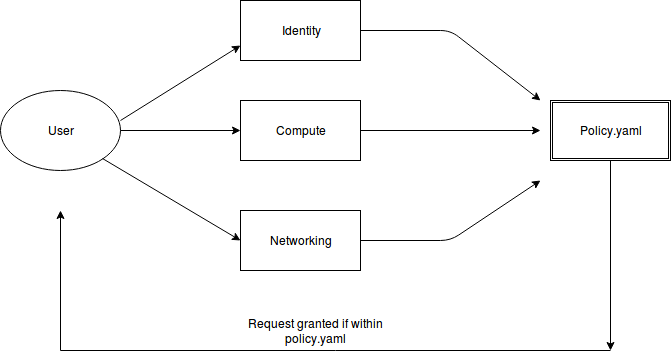
Above: oslo_policy_diagram.png in cbest47/Oslo.policy (draw.io), before the change. Source tidied: cells renumbered, new cells last; positions are measured from the earlier drawing's top-left corner, leaving out a move shared by most shapes. Its diagram source:
```xml
<mxGraphModel background="#ffffff">
  <root>
    <mxCell id="0" />
    <mxCell id="1" parent="0" />
    <mxCell id="2" value="Compute " style="rounded=0;whiteSpace=wrap;html=1;" parent="1" vertex="1">
      <mxGeometry x="240" y="100" width="120" height="60" as="geometry" />
    </mxCell>
    <mxCell id="3" value="Identity " style="rounded=0;whiteSpace=wrap;html=1;" parent="1" vertex="1">
      <mxGeometry x="240" width="120" height="60" as="geometry" />
    </mxCell>
    <mxCell id="4" value="Networking " style="rounded=0;whiteSpace=wrap;html=1;" parent="1" vertex="1">
      <mxGeometry x="240" y="210" width="120" height="60" as="geometry" />
    </mxCell>
    <mxCell id="5" value="User " style="ellipse;whiteSpace=wrap;html=1;" parent="1" vertex="1">
      <mxGeometry y="90" width="120" height="80" as="geometry" />
    </mxCell>
    <mxCell id="6" style="endArrow=classic;html=1;entryX=0;entryY=0.75;" parent="1" edge="1" target="3">
      <mxGeometry relative="1" as="geometry">
        <mxPoint x="120" y="120" as="sourcePoint" />
      </mxGeometry>
    </mxCell>
    <mxCell id="7" style="endArrow=classic;html=1;entryX=0;entryY=0.5;" parent="1" edge="1" source="5" target="2">
      <mxGeometry relative="1" as="geometry" />
    </mxCell>
    <mxCell id="8" style="endArrow=classic;html=1;entryX=0;entryY=0.5;exitX=1;exitY=1;" parent="1" edge="1" source="5" target="4">
      <mxGeometry relative="1" as="geometry" />
    </mxCell>
    <mxCell id="9" style="endArrow=classic;html=1;exitX=1;exitY=0.5;" parent="1" edge="1" source="3">
      <mxGeometry relative="1" as="geometry">
        <mxPoint x="540" y="100" as="targetPoint" />
        <Array as="points">
          <mxPoint x="450" y="30" />
        </Array>
      </mxGeometry>
    </mxCell>
    <mxCell id="10" style="endArrow=classic;html=1;exitX=1;exitY=0.5;" parent="1" edge="1" source="4">
      <mxGeometry relative="1" as="geometry">
        <mxPoint x="540" y="180" as="targetPoint" />
        <Array as="points">
          <mxPoint x="450" y="240" />
        </Array>
      </mxGeometry>
    </mxCell>
    <mxCell id="11" style="endArrow=classic;html=1;exitX=1;exitY=0.5;" parent="1" edge="1" source="2">
      <mxGeometry relative="1" as="geometry">
        <mxPoint x="540" y="130" as="targetPoint" />
      </mxGeometry>
    </mxCell>
    <mxCell id="12" value="Policy.yaml" style="shape=ext;double=1;rounded=0;whiteSpace=wrap;html=1;" parent="1" vertex="1">
      <mxGeometry x="550" y="100" width="120" height="60" as="geometry" />
    </mxCell>
    <mxCell id="13" style="endArrow=classic;html=1;" parent="1" edge="1">
      <mxGeometry relative="1" as="geometry">
        <mxPoint x="60" y="350" as="sourcePoint" />
        <mxPoint x="60" y="210" as="targetPoint" />
      </mxGeometry>
    </mxCell>
    <mxCell id="14" style="endArrow=none;html=1;" parent="1" edge="1">
      <mxGeometry relative="1" as="geometry">
        <mxPoint x="60" y="350" as="sourcePoint" />
        <mxPoint x="610" y="350" as="targetPoint" />
      </mxGeometry>
    </mxCell>
    <mxCell id="15" style="endArrow=classic;html=1;exitX=0.5;exitY=1;" parent="1" edge="1" source="12">
      <mxGeometry relative="1" as="geometry">
        <mxPoint x="610" y="350" as="targetPoint" />
      </mxGeometry>
    </mxCell>
    <mxCell id="16" value="Request granted if within policy.yaml " style="text;html=1;strokeColor=none;fillColor=none;align=center;verticalAlign=middle;whiteSpace=wrap;rounded=0;" parent="1" vertex="1">
      <mxGeometry x="220" y="320" width="190" height="20" as="geometry" />
    </mxCell>
  </root>
</mxGraphModel>
```
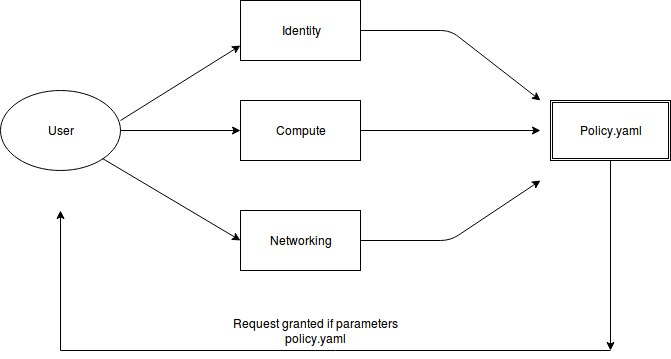
Above is the later version.

Change to the diagram source:
```diff
@@ -66,7 +66,7 @@
         <mxPoint x="610" y="350" as="targetPoint" />
       </mxGeometry>
     </mxCell>
-    <mxCell id="16" value="Request granted if within policy.yaml " style="text;html=1;strokeColor=none;fillColor=none;align=center;verticalAlign=middle;whiteSpace=wrap;rounded=0;" parent="1" vertex="1">
+    <mxCell id="16" value="Request granted if parameters policy.yaml " style="text;html=1;strokeColor=none;fillColor=none;align=center;verticalAlign=middle;whiteSpace=wrap;rounded=0;" parent="1" vertex="1">
       <mxGeometry x="220" y="320" width="190" height="20" as="geometry" />
     </mxCell>
   </root>
```
